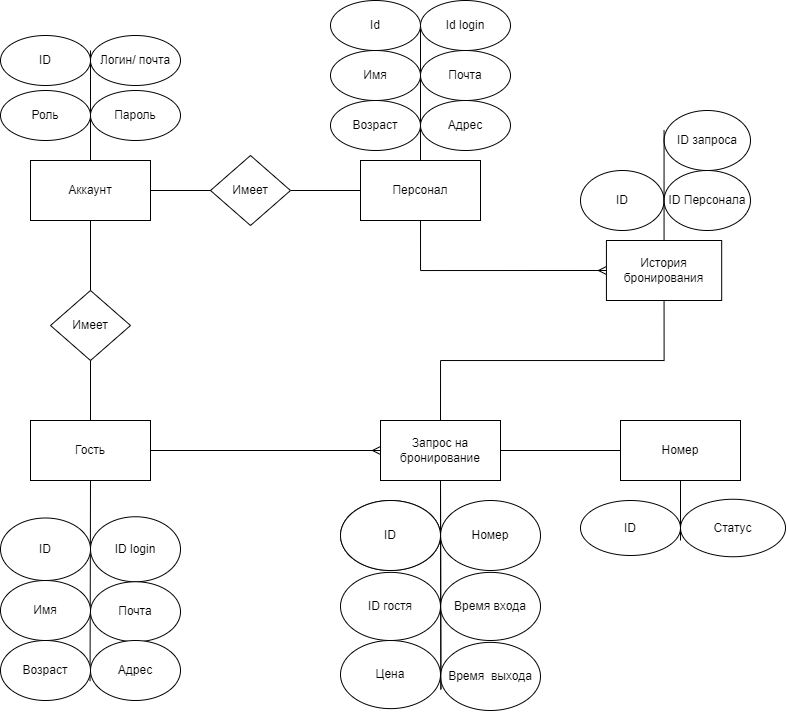
This is img/ER.png from KulosisCode/PPO_BMSTU, a draw.io export, as it was before one commit. Source tidied: cells renumbered, new cells last; positions are measured from the earlier drawing's top-left corner, leaving out a move shared by most shapes.
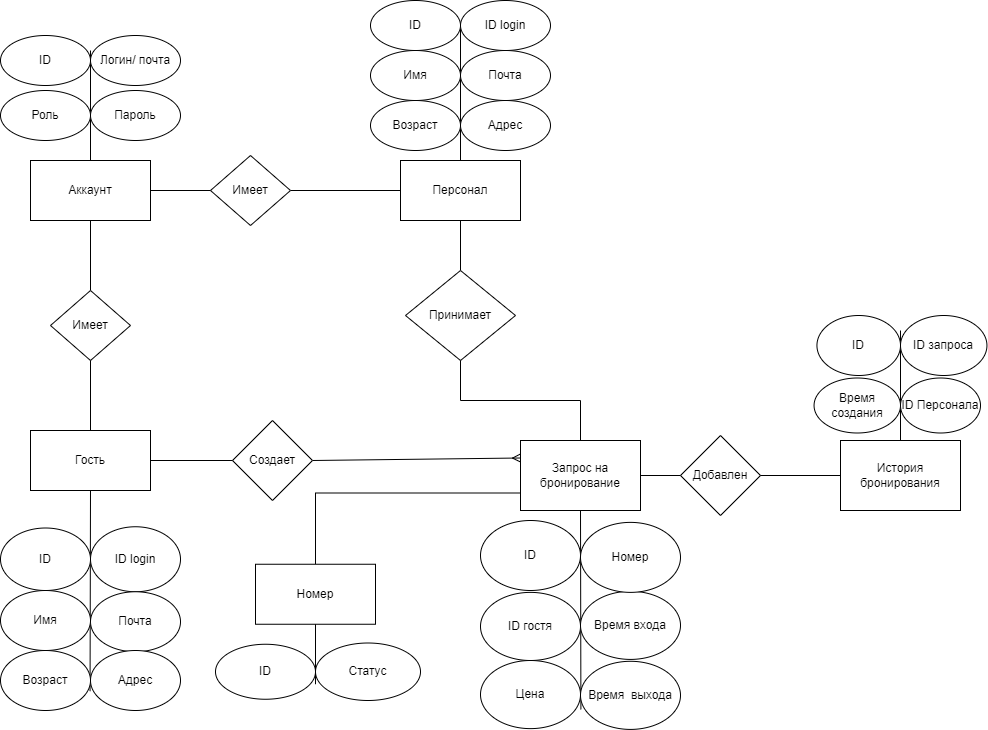
The same file after the commit.

Change to the diagram source:
```diff
@@ -2,9 +2,6 @@
   <root>
     <mxCell id="0" />
     <mxCell id="1" parent="0" />
-    <mxCell id="2" value="Запрос на бронирование" style="rounded=0;whiteSpace=wrap;html=1;" parent="1" vertex="1">
-      <mxGeometry x="380" y="420" width="120" height="60" as="geometry" />
-    </mxCell>
     <mxCell id="3" style="endArrow=none;html=1;rounded=0;entryX=0.5;entryY=1;entryDx=0;entryDy=0;exitX=0.5;exitY=0;exitDx=0;exitDy=0;startArrow=none;" parent="1" edge="1" source="5" target="33">
       <mxGeometry relative="1" as="geometry" />
     </mxCell>
@@ -26,51 +23,14 @@
     <mxCell id="9" style="endArrow=none;html=1;rounded=0;entryX=0;entryY=0.5;entryDx=0;entryDy=0;exitX=1;exitY=0.5;exitDx=0;exitDy=0;" parent="1" edge="1" source="33" target="8">
       <mxGeometry relative="1" as="geometry" />
     </mxCell>
-    <mxCell id="10" style="fontSize=12;html=1;endArrow=ERmany;rounded=0;exitX=1;exitY=0.5;exitDx=0;exitDy=0;entryX=0;entryY=0.5;entryDx=0;entryDy=0;edgeStyle=orthogonalEdgeStyle;" parent="1" edge="1" source="40" target="2">
+    <mxCell id="10" style="fontSize=12;html=1;endArrow=ERmany;rounded=0;exitX=1;exitY=0.5;exitDx=0;exitDy=0;entryX=0;entryY=0.25;entryDx=0;entryDy=0;startArrow=none;" parent="1" edge="1" source="64" target="71">
       <mxGeometry relative="1" as="geometry" />
     </mxCell>
-    <mxCell id="11" value="Адрес" style="ellipse;whiteSpace=wrap;html=1;" parent="1" vertex="1">
-      <mxGeometry x="420" y="100" width="90" height="50" as="geometry" />
-    </mxCell>
-    <mxCell id="12" style="endArrow=none;html=1;rounded=0;entryX=0.5;entryY=1;entryDx=0;entryDy=0;exitX=1.004;exitY=0.718;exitDx=0;exitDy=0;exitPerimeter=0;" parent="1" edge="1" source="53" target="2">
-      <mxGeometry relative="1" as="geometry" />
-    </mxCell>
-    <mxCell id="13" value="ID" style="ellipse;whiteSpace=wrap;html=1;" parent="1" vertex="1">
-      <mxGeometry x="340" y="500" width="100" height="70" as="geometry" />
-    </mxCell>
-    <mxCell id="14" style="fontSize=12;html=1;endArrow=ERmany;rounded=0;exitX=0.5;exitY=1;exitDx=0;exitDy=0;entryX=0;entryY=0.5;entryDx=0;entryDy=0;edgeStyle=orthogonalEdgeStyle;" parent="1" edge="1" source="26" target="18">
-      <mxGeometry relative="1" as="geometry" />
-    </mxCell>
-    <mxCell id="15" style="endArrow=none;html=1;rounded=0;entryX=0;entryY=0.5;entryDx=0;entryDy=0;" parent="1" edge="1" target="58">
-      <mxGeometry relative="1" as="geometry">
-        <mxPoint x="500" y="450" as="sourcePoint" />
-      </mxGeometry>
+    <mxCell id="15" style="endArrow=none;html=1;rounded=0;entryX=0.5;entryY=0;entryDx=0;entryDy=0;exitX=0;exitY=0.75;exitDx=0;exitDy=0;edgeStyle=orthogonalEdgeStyle;" parent="1" edge="1" source="71" target="58">
+      <mxGeometry relative="1" as="geometry" />
     </mxCell>
-    <mxCell id="16" style="endArrow=none;html=1;rounded=0;exitX=0.5;exitY=0;exitDx=0;exitDy=0;entryX=0.5;entryY=1;entryDx=0;entryDy=0;edgeStyle=orthogonalEdgeStyle;" parent="1" edge="1" source="2" target="18">
-      <mxGeometry relative="1" as="geometry" />
-    </mxCell>
-    <mxCell id="17" style="group;" parent="1" vertex="1">
-      <mxGeometry x="580" y="110" width="170" height="190" as="geometry" />
-    </mxCell>
-    <mxCell id="18" value="История бронирования" style="rounded=0;whiteSpace=wrap;html=1;" parent="17" vertex="1">
-      <mxGeometry x="25.9" y="130" width="115.3" height="60" as="geometry" />
-    </mxCell>
-    <mxCell id="19" value="ID" style="ellipse;whiteSpace=wrap;html=1;" parent="17" vertex="1">
-      <mxGeometry y="60" width="83.6" height="60" as="geometry" />
-    </mxCell>
-    <mxCell id="20" value="ID запроса" style="ellipse;whiteSpace=wrap;html=1;" parent="17" vertex="1">
-      <mxGeometry x="83.6" width="86.4" height="60" as="geometry" />
-    </mxCell>
-    <mxCell id="21" value="ID&amp;nbsp;Персонала" style="ellipse;whiteSpace=wrap;html=1;" parent="17" vertex="1">
-      <mxGeometry x="83.6" y="60" width="86.4" height="60" as="geometry" />
-    </mxCell>
-    <mxCell id="22" style="endArrow=none;html=1;rounded=0;entryX=0.5;entryY=0;entryDx=0;entryDy=0;" parent="17" edge="1" target="18">
-      <mxGeometry relative="1" as="geometry">
-        <mxPoint x="83.6" y="20" as="sourcePoint" />
-      </mxGeometry>
-    </mxCell>
     <mxCell id="23" style="group;" parent="1" vertex="1">
-      <mxGeometry x="330" width="180" height="220" as="geometry" />
+      <mxGeometry x="370" width="180" height="220" as="geometry" />
     </mxCell>
     <mxCell id="24" style="endArrow=none;html=1;rounded=0;exitX=0.5;exitY=0;exitDx=0;exitDy=0;" parent="23" edge="1" source="26">
       <mxGeometry relative="1" as="geometry">
@@ -83,10 +43,10 @@
     <mxCell id="26" value="Персонал" style="rounded=0;whiteSpace=wrap;html=1;" parent="25" vertex="1">
       <mxGeometry x="30" y="160" width="120" height="60" as="geometry" />
     </mxCell>
-    <mxCell id="27" value="Id" style="ellipse;whiteSpace=wrap;html=1;" parent="25" vertex="1">
+    <mxCell id="27" value="ID" style="ellipse;whiteSpace=wrap;html=1;" parent="25" vertex="1">
       <mxGeometry width="90" height="50" as="geometry" />
     </mxCell>
-    <mxCell id="28" value="Id login" style="ellipse;whiteSpace=wrap;html=1;" parent="25" vertex="1">
+    <mxCell id="28" value="ID login" style="ellipse;whiteSpace=wrap;html=1;" parent="25" vertex="1">
       <mxGeometry x="90" width="90" height="50" as="geometry" />
     </mxCell>
     <mxCell id="29" value="Имя" style="ellipse;whiteSpace=wrap;html=1;" parent="25" vertex="1">
@@ -98,6 +58,9 @@
     <mxCell id="31" value="Возраст" style="ellipse;whiteSpace=wrap;html=1;" parent="25" vertex="1">
       <mxGeometry y="100" width="90" height="50" as="geometry" />
     </mxCell>
+    <mxCell id="11" value="Адрес" style="ellipse;whiteSpace=wrap;html=1;" parent="25" vertex="1">
+      <mxGeometry x="90" y="100" width="90" height="50" as="geometry" />
+    </mxCell>
     <mxCell id="32" style="group;" parent="1" vertex="1">
       <mxGeometry y="35" width="180" height="185" as="geometry" />
     </mxCell>
@@ -122,7 +85,7 @@
       <mxGeometry y="55" width="90" height="50" as="geometry" />
     </mxCell>
     <mxCell id="39" style="group;" parent="1" vertex="1">
-      <mxGeometry y="420" width="180" height="280" as="geometry" />
+      <mxGeometry y="430" width="180" height="280" as="geometry" />
     </mxCell>
     <mxCell id="40" value="Гость" style="rounded=0;whiteSpace=wrap;html=1;" parent="39" vertex="1">
       <mxGeometry x="30" width="120" height="60" as="geometry" />
@@ -148,37 +111,8 @@
     <mxCell id="47" value="Адрес" style="ellipse;whiteSpace=wrap;html=1;" parent="39" vertex="1">
       <mxGeometry x="90" y="220" width="90" height="60" as="geometry" />
     </mxCell>
-    <mxCell id="48" style="group;" parent="1" vertex="1">
-      <mxGeometry x="340" y="420" width="200" height="290" as="geometry" />
-    </mxCell>
-    <mxCell id="49" value="Номер" style="ellipse;whiteSpace=wrap;html=1;" parent="48" vertex="1">
-      <mxGeometry x="100" y="80" width="100" height="70" as="geometry" />
-    </mxCell>
-    <mxCell id="50" value="ID гостя" style="ellipse;whiteSpace=wrap;html=1;" parent="48" vertex="1">
-      <mxGeometry y="151.9" width="100" height="68.1" as="geometry" />
-    </mxCell>
-    <mxCell id="51" value="Время входа" style="ellipse;whiteSpace=wrap;html=1;" parent="48" vertex="1">
-      <mxGeometry x="100" y="151.9" width="100" height="68.1" as="geometry" />
-    </mxCell>
-    <mxCell id="52" value="Время&amp;nbsp; выхода" style="ellipse;whiteSpace=wrap;html=1;" parent="48" vertex="1">
-      <mxGeometry x="100" y="221.9" width="100" height="68.1" as="geometry" />
-    </mxCell>
-    <mxCell id="53" value="Цена" style="ellipse;whiteSpace=wrap;html=1;" parent="48" vertex="1">
-      <mxGeometry y="220" width="100" height="68.1" as="geometry" />
-    </mxCell>
-    <mxCell id="54" value="Запрос на бронирование" style="rounded=0;whiteSpace=wrap;html=1;" parent="48" vertex="1">
-      <mxGeometry x="40" width="120" height="60" as="geometry" />
-    </mxCell>
-    <mxCell id="55" value="ID" style="ellipse;whiteSpace=wrap;html=1;" parent="48" vertex="1">
-      <mxGeometry y="80" width="100" height="70" as="geometry" />
-    </mxCell>
-    <mxCell id="56" style="endArrow=none;html=1;rounded=0;entryX=0.5;entryY=1;entryDx=0;entryDy=0;exitX=1.004;exitY=0.718;exitDx=0;exitDy=0;exitPerimeter=0;" parent="48" edge="1" target="54">
-      <mxGeometry relative="1" as="geometry">
-        <mxPoint x="100.4" y="268.9" as="sourcePoint" />
-      </mxGeometry>
-    </mxCell>
     <mxCell id="57" style="group;" parent="1" vertex="1">
-      <mxGeometry x="580" y="420" width="205" height="136.2" as="geometry" />
+      <mxGeometry x="215" y="563.8" width="205" height="136.2" as="geometry" />
     </mxCell>
     <mxCell id="58" value="Номер" style="rounded=0;whiteSpace=wrap;html=1;" parent="57" vertex="1">
       <mxGeometry x="40" width="120" height="60" as="geometry" />
@@ -194,5 +128,80 @@
         <mxPoint x="100" y="120" as="sourcePoint" />
       </mxGeometry>
     </mxCell>
+    <mxCell id="62" style="endArrow=none;html=1;rounded=0;exitX=0.5;exitY=0;exitDx=0;exitDy=0;entryX=0.5;entryY=1;entryDx=0;entryDy=0;edgeStyle=orthogonalEdgeStyle;" parent="1" edge="1" source="63" target="26">
+      <mxGeometry relative="1" as="geometry" />
+    </mxCell>
+    <mxCell id="63" value="Принимает" style="rhombus;whiteSpace=wrap;html=1;" parent="1" vertex="1">
+      <mxGeometry x="405" y="270" width="110" height="90" as="geometry" />
+    </mxCell>
+    <mxCell id="64" value="Cоздает" style="rhombus;whiteSpace=wrap;html=1;" parent="1" vertex="1">
+      <mxGeometry x="232" y="420" width="80" height="80" as="geometry" />
+    </mxCell>
+    <mxCell id="65" style="fontSize=12;html=1;endArrow=none;rounded=0;exitX=1;exitY=0.5;exitDx=0;exitDy=0;entryX=0;entryY=0.5;entryDx=0;entryDy=0;" parent="1" edge="1" source="40" target="64">
+      <mxGeometry relative="1" as="geometry" />
+    </mxCell>
+    <mxCell id="66" style="endArrow=none;html=1;rounded=0;exitX=0.5;exitY=1;exitDx=0;exitDy=0;entryX=0.5;entryY=0;entryDx=0;entryDy=0;edgeStyle=orthogonalEdgeStyle;" parent="1" edge="1" source="63">
+      <mxGeometry relative="1" as="geometry">
+        <mxPoint x="580" y="440" as="targetPoint" />
+      </mxGeometry>
+    </mxCell>
+    <mxCell id="67" style="endArrow=none;html=1;rounded=0;entryX=1;entryY=0.5;entryDx=0;entryDy=0;exitX=0;exitY=0.5;exitDx=0;exitDy=0;startArrow=none;" parent="1" edge="1" source="68" target="71">
+      <mxGeometry relative="1" as="geometry" />
+    </mxCell>
+    <mxCell id="68" value="Добавлен" style="rhombus;whiteSpace=wrap;html=1;" parent="1" vertex="1">
+      <mxGeometry x="680" y="435" width="80" height="80" as="geometry" />
+    </mxCell>
+    <mxCell id="69" style="endArrow=none;html=1;rounded=0;entryX=1;entryY=0.5;entryDx=0;entryDy=0;exitX=0;exitY=0.5;exitDx=0;exitDy=0;" parent="1" edge="1" source="18" target="68">
+      <mxGeometry relative="1" as="geometry" />
+    </mxCell>
+    <mxCell id="70" style="group;" parent="1" vertex="1">
+      <mxGeometry x="480" y="440" width="200" height="288.9" as="geometry" />
+    </mxCell>
+    <mxCell id="53" value="Цена" style="ellipse;whiteSpace=wrap;html=1;" parent="70" vertex="1">
+      <mxGeometry y="220" width="100" height="68.1" as="geometry" />
+    </mxCell>
+    <mxCell id="71" value="Запрос на бронирование" style="rounded=0;whiteSpace=wrap;html=1;" parent="70" vertex="1">
+      <mxGeometry x="40" width="120" height="70" as="geometry" />
+    </mxCell>
+    <mxCell id="72" style="endArrow=none;html=1;rounded=0;entryX=0.5;entryY=1;entryDx=0;entryDy=0;exitX=1.004;exitY=0.718;exitDx=0;exitDy=0;exitPerimeter=0;" parent="70" edge="1" target="71">
+      <mxGeometry relative="1" as="geometry">
+        <mxPoint x="100.4" y="268.9" as="sourcePoint" />
+      </mxGeometry>
+    </mxCell>
+    <mxCell id="55" value="ID" style="ellipse;whiteSpace=wrap;html=1;" parent="70" vertex="1">
+      <mxGeometry y="80" width="100" height="70" as="geometry" />
+    </mxCell>
+    <mxCell id="50" value="ID гостя" style="ellipse;whiteSpace=wrap;html=1;" parent="70" vertex="1">
+      <mxGeometry y="151.9" width="100" height="68.1" as="geometry" />
+    </mxCell>
+    <mxCell id="51" value="Время входа" style="ellipse;whiteSpace=wrap;html=1;" parent="70" vertex="1">
+      <mxGeometry x="100" y="150.8" width="100" height="68.1" as="geometry" />
+    </mxCell>
+    <mxCell id="52" value="Время&amp;nbsp; выхода" style="ellipse;whiteSpace=wrap;html=1;" parent="70" vertex="1">
+      <mxGeometry x="100" y="220.8" width="100" height="68.1" as="geometry" />
+    </mxCell>
+    <mxCell id="49" value="Номер" style="ellipse;whiteSpace=wrap;html=1;" parent="70" vertex="1">
+      <mxGeometry x="100" y="81.9" width="100" height="70" as="geometry" />
+    </mxCell>
+    <mxCell id="22" style="endArrow=none;html=1;rounded=0;entryX=0.5;entryY=0;entryDx=0;entryDy=0;" parent="1" edge="1" target="18">
+      <mxGeometry relative="1" as="geometry">
+        <mxPoint x="900" y="330" as="sourcePoint" />
+      </mxGeometry>
+    </mxCell>
+    <mxCell id="20" value="ID запроса" style="ellipse;whiteSpace=wrap;html=1;" parent="1" vertex="1">
+      <mxGeometry x="900" y="315" width="86.4" height="60" as="geometry" />
+    </mxCell>
+    <mxCell id="73" value="Время создания" style="ellipse;whiteSpace=wrap;html=1;" parent="1" vertex="1">
+      <mxGeometry x="813.6" y="377.5" width="86.4" height="55" as="geometry" />
+    </mxCell>
+    <mxCell id="74" value="ID" style="ellipse;whiteSpace=wrap;html=1;" parent="1" vertex="1">
+      <mxGeometry x="816.4" y="315" width="83.6" height="60" as="geometry" />
+    </mxCell>
+    <mxCell id="21" value="ID&amp;nbsp;Персонала" style="ellipse;whiteSpace=wrap;html=1;" parent="1" vertex="1">
+      <mxGeometry x="900" y="377.5" width="80" height="55" as="geometry" />
+    </mxCell>
+    <mxCell id="18" value="История бронирования" style="rounded=0;whiteSpace=wrap;html=1;" parent="1" vertex="1">
+      <mxGeometry x="840" y="440" width="120" height="70" as="geometry" />
+    </mxCell>
   </root>
 </mxGraphModel>
```
